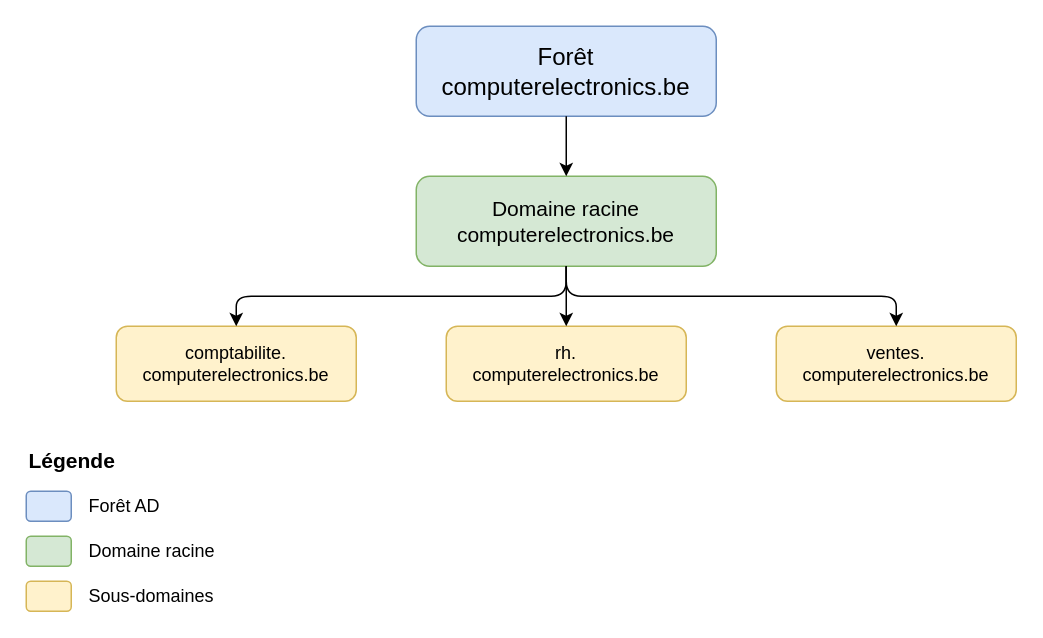
Before: diagrams/structure_ad.drawio in choquitofrito/ActiveDirectory, a draw.io diagram. Source tidied: cells renumbered, new cells numbered last; positions are measured from the earlier drawing's top-left corner, leaving out a move shared by most shapes. Both pictures are drawn from the tidied source at 150%, with x=0, y=0 at pixel (26, 26).
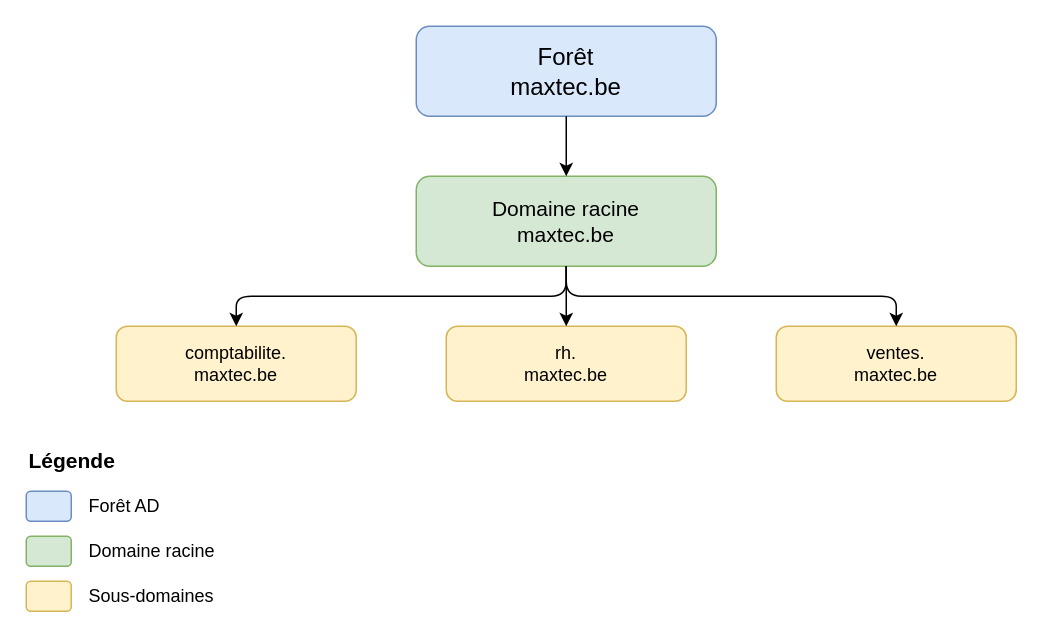
The same page after the edit.

The edit, as a diff of the source:
```diff
@@
-    <mxCell id="2" value="Forêt&#10;computerelectronics.be" style="rounded=1;whiteSpace=wrap;html=1;fontSize=16;fillColor=#dae8fc;strokeColor=#6c8ebf;" parent="1" vertex="1">
+    <mxCell id="2" value="Forêt&#10;maxtec.be" style="rounded=1;whiteSpace=wrap;html=1;fontSize=16;fillColor=#dae8fc;strokeColor=#6c8ebf;" parent="1" vertex="1">
       <mxGeometry x="260" width="200" height="60" as="geometry" />
     </mxCell>
-    <mxCell id="3" value="Domaine racine&#10;computerelectronics.be" style="rounded=1;whiteSpace=wrap;html=1;fontSize=14;fillColor=#d5e8d4;strokeColor=#82b366;" parent="1" vertex="1">
+    <mxCell id="3" value="Domaine racine&#10;maxtec.be" style="rounded=1;whiteSpace=wrap;html=1;fontSize=14;fillColor=#d5e8d4;strokeColor=#82b366;" parent="1" vertex="1">
       <mxGeometry x="260" y="100" width="200" height="60" as="geometry" />
     </mxCell>
-    <mxCell id="4" value="comptabilite.&#10;computerelectronics.be" style="rounded=1;whiteSpace=wrap;html=1;fontSize=12;fillColor=#fff2cc;strokeColor=#d6b656;" parent="1" vertex="1">
+    <mxCell id="4" value="comptabilite.&#10;maxtec.be" style="rounded=1;whiteSpace=wrap;html=1;fontSize=12;fillColor=#fff2cc;strokeColor=#d6b656;" parent="1" vertex="1">
       <mxGeometry x="60" y="200" width="160" height="50" as="geometry" />
     </mxCell>
-    <mxCell id="5" value="rh.&#10;computerelectronics.be" style="rounded=1;whiteSpace=wrap;html=1;fontSize=12;fillColor=#fff2cc;strokeColor=#d6b656;" parent="1" vertex="1">
+    <mxCell id="5" value="rh.&#10;maxtec.be" style="rounded=1;whiteSpace=wrap;html=1;fontSize=12;fillColor=#fff2cc;strokeColor=#d6b656;" parent="1" vertex="1">
       <mxGeometry x="280" y="200" width="160" height="50" as="geometry" />
     </mxCell>
-    <mxCell id="6" value="ventes.&#10;computerelectronics.be" style="rounded=1;whiteSpace=wrap;html=1;fontSize=12;fillColor=#fff2cc;strokeColor=#d6b656;" parent="1" vertex="1">
+    <mxCell id="6" value="ventes.&#10;maxtec.be" style="rounded=1;whiteSpace=wrap;html=1;fontSize=12;fillColor=#fff2cc;strokeColor=#d6b656;" parent="1" vertex="1">
       <mxGeometry x="500" y="200" width="160" height="50" as="geometry" />
     </mxCell>
```
